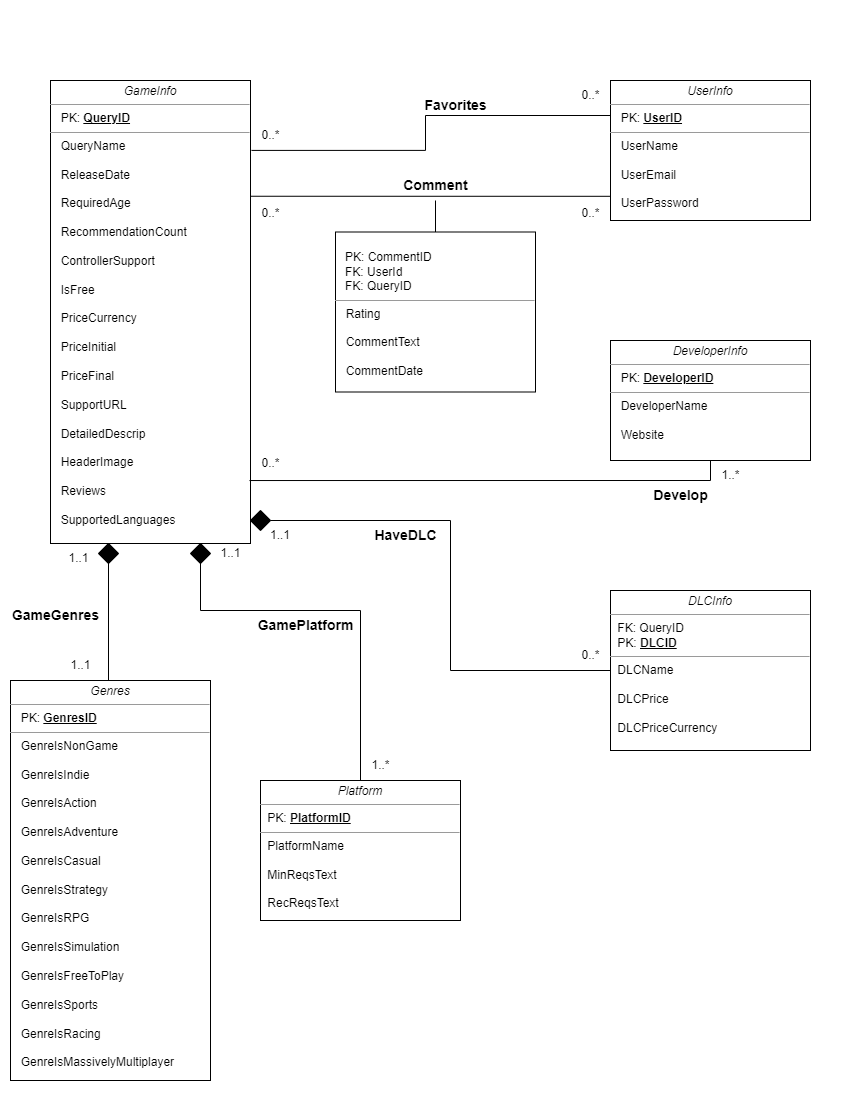
Earlier version of the draw.io export doc/images/UML.png (cs411-alawini/fa23-cs411-team090-Makabaka). Source tidied: cells renumbered, new cells last; positions are measured from the earlier drawing's top-left corner, leaving out a move shared by most shapes.
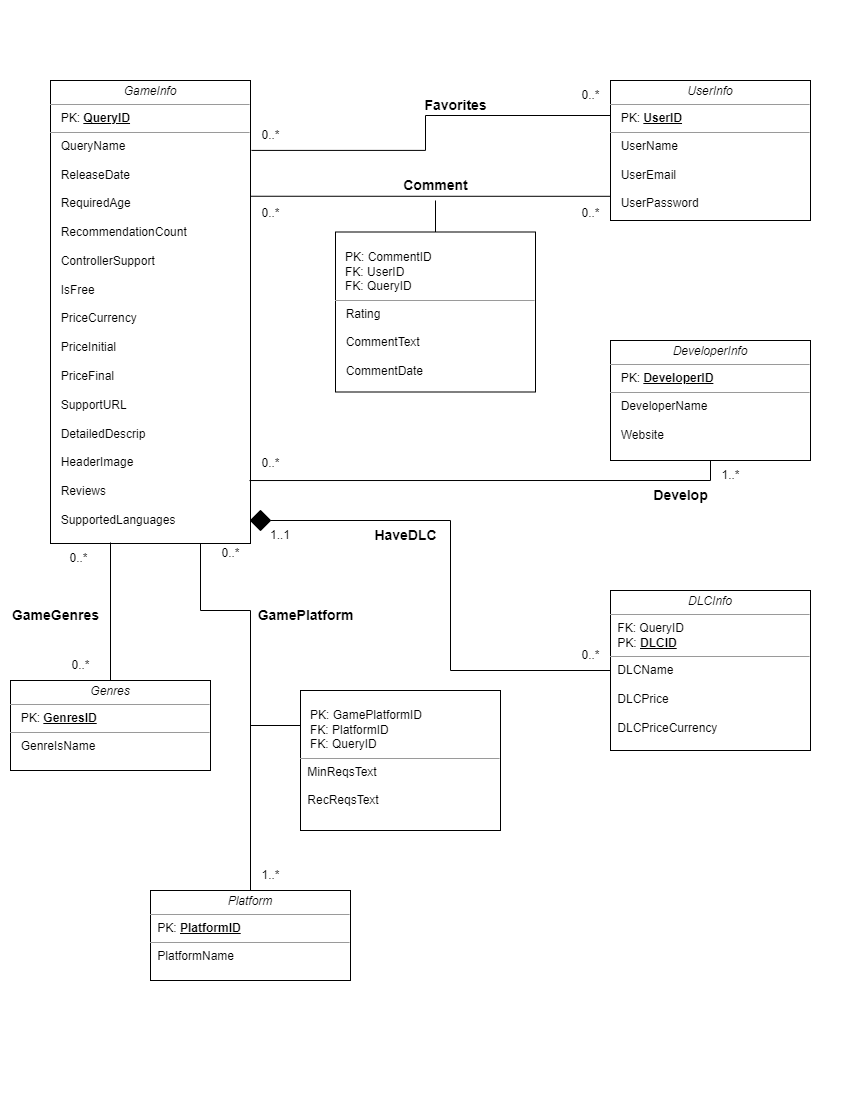
Later version of the same file.

Commit message:
add sql command and fix price from INT yo FLOAT, change way to store Genres

The edit, as a diff of the source:
```diff
@@ -5,22 +5,22 @@
     <mxCell id="2" style="rounded=0;whiteSpace=wrap;html=1;strokeColor=none;fillColor=#FFFFFF;" parent="1" vertex="1">
       <mxGeometry width="850" height="1100" as="geometry" />
     </mxCell>
-    <mxCell id="3" style="edgeStyle=orthogonalEdgeStyle;rounded=0;html=1;labelBackgroundColor=none;startFill=0;endArrow=none;endFill=0;endSize=10;fontFamily=Verdana;fontSize=10;entryX=0.5;entryY=0;entryDx=0;entryDy=0;exitX=0.75;exitY=1;exitDx=0;exitDy=0;strokeColor=#000000;" parent="1" edge="1" source="26" target="4">
+    <mxCell id="3" style="edgeStyle=orthogonalEdgeStyle;rounded=0;html=1;labelBackgroundColor=none;startFill=0;endArrow=none;endFill=0;endSize=10;fontFamily=Verdana;fontSize=10;entryX=0.5;entryY=0;entryDx=0;entryDy=0;exitX=0.75;exitY=1;exitDx=0;exitDy=0;strokeColor=#000000;" parent="1" edge="1" source="9" target="4">
       <mxGeometry relative="1" as="geometry">
         <Array as="points">
           <mxPoint x="200" y="610" />
-          <mxPoint x="360" y="610" />
+          <mxPoint x="250" y="610" />
         </Array>
       </mxGeometry>
     </mxCell>
-    <mxCell id="4" value="&lt;p style=&quot;text-align: center; margin: 4px 0px 0px;&quot;&gt;&lt;i style=&quot;&quot;&gt;Platform&lt;/i&gt;&lt;br&gt;&lt;/p&gt;&lt;hr style=&quot;&quot; size=&quot;1&quot;&gt;&lt;p style=&quot;margin: 0px 0px 0px 4px;&quot;&gt;&amp;nbsp;PK: &lt;b&gt;&lt;u&gt;PlatformID&lt;/u&gt;&lt;/b&gt;&lt;br&gt;&lt;/p&gt;&lt;hr style=&quot;&quot; size=&quot;1&quot;&gt;&lt;p style=&quot;margin: 0px 0px 0px 4px;&quot;&gt;&amp;nbsp;PlatformName&lt;br&gt;&lt;/p&gt;&lt;p style=&quot;margin: 0px 0px 0px 4px;&quot;&gt;&lt;br&gt;&lt;/p&gt;&lt;p style=&quot;margin: 0px 0px 0px 4px;&quot;&gt;&amp;nbsp;MinReqsText&lt;br&gt;&lt;/p&gt;&lt;p style=&quot;margin: 0px 0px 0px 4px;&quot;&gt;&lt;br&gt;&lt;/p&gt;&lt;p style=&quot;margin: 0px 0px 0px 4px;&quot;&gt;&amp;nbsp;RecReqsText&lt;br&gt;&lt;/p&gt;" style="verticalAlign=top;align=left;overflow=fill;fontSize=12;fontFamily=Helvetica;html=1;rounded=0;shadow=0;comic=0;labelBackgroundColor=none;strokeWidth=1;fillColor=default;strokeColor=#000000;" parent="1" vertex="1">
-      <mxGeometry x="260" y="780" width="200" height="140" as="geometry" />
+    <mxCell id="4" value="&lt;p style=&quot;text-align: center; margin: 4px 0px 0px;&quot;&gt;&lt;i style=&quot;&quot;&gt;Platform&lt;/i&gt;&lt;br&gt;&lt;/p&gt;&lt;hr style=&quot;&quot; size=&quot;1&quot;&gt;&lt;p style=&quot;margin: 0px 0px 0px 4px;&quot;&gt;&amp;nbsp;PK: &lt;b&gt;&lt;u&gt;PlatformID&lt;/u&gt;&lt;/b&gt;&lt;br&gt;&lt;/p&gt;&lt;hr style=&quot;&quot; size=&quot;1&quot;&gt;&lt;p style=&quot;margin: 0px 0px 0px 4px;&quot;&gt;&amp;nbsp;PlatformName&lt;/p&gt;" style="verticalAlign=top;align=left;overflow=fill;fontSize=12;fontFamily=Helvetica;html=1;rounded=0;shadow=0;comic=0;labelBackgroundColor=none;strokeWidth=1;fillColor=default;strokeColor=#000000;" parent="1" vertex="1">
+      <mxGeometry x="150" y="890" width="200" height="90" as="geometry" />
     </mxCell>
     <mxCell id="5" value="&lt;p style=&quot;margin:0px;margin-top:4px;text-align:center;&quot;&gt;&lt;i style=&quot;&quot;&gt;UserInfo&lt;/i&gt;&lt;br&gt;&lt;/p&gt;&lt;hr size=&quot;1&quot;&gt;&lt;p style=&quot;margin:0px;margin-left:4px;&quot;&gt;&amp;nbsp; PK: &lt;b&gt;&lt;u&gt;UserID&lt;/u&gt;&lt;/b&gt;&lt;br&gt;&lt;/p&gt;&lt;hr size=&quot;1&quot;&gt;&lt;p style=&quot;margin:0px;margin-left:4px;&quot;&gt;&amp;nbsp; UserName&lt;br&gt;&lt;/p&gt;&lt;p style=&quot;margin:0px;margin-left:4px;&quot;&gt;&lt;br&gt;&lt;/p&gt;&lt;p style=&quot;margin:0px;margin-left:4px;&quot;&gt;&amp;nbsp; UserEmail&lt;br&gt;&lt;/p&gt;&lt;p style=&quot;margin:0px;margin-left:4px;&quot;&gt;&lt;br&gt;&lt;/p&gt;&lt;p style=&quot;margin:0px;margin-left:4px;&quot;&gt;&amp;nbsp; UserPassword&lt;br&gt;&lt;/p&gt;" style="verticalAlign=top;align=left;overflow=fill;fontSize=12;fontFamily=Helvetica;html=1;rounded=0;shadow=0;comic=0;labelBackgroundColor=none;strokeWidth=1;fillColor=#FFFFFF;strokeColor=#000000;" parent="1" vertex="1">
       <mxGeometry x="610" y="80" width="200" height="140" as="geometry" />
     </mxCell>
-    <mxCell id="6" value="&lt;p style=&quot;margin:0px;margin-top:4px;text-align:center;&quot;&gt;&lt;i style=&quot;&quot;&gt;Genres&lt;/i&gt;&lt;br&gt;&lt;/p&gt;&lt;hr size=&quot;1&quot;&gt;&lt;p style=&quot;margin:0px;margin-left:4px;&quot;&gt;&amp;nbsp; PK: &lt;b&gt;&lt;u&gt;GenresID&lt;/u&gt;&lt;/b&gt;&lt;br&gt;&lt;/p&gt;&lt;hr size=&quot;1&quot;&gt;&lt;p style=&quot;margin:0px;margin-left:4px;&quot;&gt;&lt;span style=&quot;background-color: initial;&quot;&gt;&amp;nbsp; GenreIsNonGame&lt;/span&gt;&lt;br&gt;&lt;/p&gt;&lt;p style=&quot;margin:0px;margin-left:4px;&quot;&gt;&lt;br&gt;&lt;/p&gt;&lt;p style=&quot;margin:0px;margin-left:4px;&quot;&gt;&amp;nbsp; GenreIsIndie&lt;br&gt;&lt;/p&gt;&lt;p style=&quot;margin:0px;margin-left:4px;&quot;&gt;&lt;br&gt;&lt;/p&gt;&lt;p style=&quot;margin:0px;margin-left:4px;&quot;&gt;&amp;nbsp; GenreIsAction&lt;br&gt;&lt;/p&gt;&lt;p style=&quot;margin:0px;margin-left:4px;&quot;&gt;&lt;br&gt;&lt;/p&gt;&lt;p style=&quot;margin:0px;margin-left:4px;&quot;&gt;&amp;nbsp; GenreIsAdventure&lt;br&gt;&lt;/p&gt;&lt;p style=&quot;margin:0px;margin-left:4px;&quot;&gt;&lt;br&gt;&lt;/p&gt;&lt;p style=&quot;margin:0px;margin-left:4px;&quot;&gt;&amp;nbsp; GenreIsCasual&lt;br&gt;&lt;/p&gt;&lt;p style=&quot;margin:0px;margin-left:4px;&quot;&gt;&lt;br&gt;&lt;/p&gt;&lt;p style=&quot;margin:0px;margin-left:4px;&quot;&gt;&amp;nbsp; GenreIsStrategy&lt;br&gt;&lt;/p&gt;&lt;p style=&quot;margin:0px;margin-left:4px;&quot;&gt;&lt;br&gt;&lt;/p&gt;&lt;p style=&quot;margin:0px;margin-left:4px;&quot;&gt;&amp;nbsp; GenreIsRPG&lt;br&gt;&lt;/p&gt;&lt;p style=&quot;margin:0px;margin-left:4px;&quot;&gt;&lt;br&gt;&lt;/p&gt;&lt;p style=&quot;margin:0px;margin-left:4px;&quot;&gt;&amp;nbsp; GenreIsSimulation&lt;br&gt;&lt;/p&gt;&lt;p style=&quot;margin:0px;margin-left:4px;&quot;&gt;&lt;br&gt;&lt;/p&gt;&lt;p style=&quot;margin:0px;margin-left:4px;&quot;&gt;&amp;nbsp; GenreIsFreeToPlay&lt;br&gt;&lt;/p&gt;&lt;p style=&quot;margin:0px;margin-left:4px;&quot;&gt;&lt;br&gt;&lt;/p&gt;&lt;p style=&quot;margin:0px;margin-left:4px;&quot;&gt;&amp;nbsp; GenreIsSports&lt;br&gt;&lt;/p&gt;&lt;p style=&quot;margin:0px;margin-left:4px;&quot;&gt;&lt;br&gt;&lt;/p&gt;&lt;p style=&quot;margin:0px;margin-left:4px;&quot;&gt;&amp;nbsp; GenreIsRacing&lt;br&gt;&lt;/p&gt;&lt;p style=&quot;margin:0px;margin-left:4px;&quot;&gt;&lt;br&gt;&lt;/p&gt;&lt;p style=&quot;margin:0px;margin-left:4px;&quot;&gt;&amp;nbsp; GenreIsMassivelyMultiplayer&lt;br&gt;&lt;/p&gt;" style="verticalAlign=top;align=left;overflow=fill;fontSize=12;fontFamily=Helvetica;html=1;rounded=0;shadow=0;comic=0;labelBackgroundColor=none;strokeWidth=1;fillColor=default;strokeColor=#000000;" parent="1" vertex="1">
-      <mxGeometry x="10" y="680" width="200" height="400" as="geometry" />
+    <mxCell id="6" value="&lt;p style=&quot;margin:0px;margin-top:4px;text-align:center;&quot;&gt;&lt;i style=&quot;&quot;&gt;Genres&lt;/i&gt;&lt;br&gt;&lt;/p&gt;&lt;hr size=&quot;1&quot;&gt;&lt;p style=&quot;margin:0px;margin-left:4px;&quot;&gt;&amp;nbsp; PK: &lt;b&gt;&lt;u&gt;GenresID&lt;/u&gt;&lt;/b&gt;&lt;br&gt;&lt;/p&gt;&lt;hr size=&quot;1&quot;&gt;&lt;p style=&quot;margin:0px;margin-left:4px;&quot;&gt;&lt;span style=&quot;background-color: initial;&quot;&gt;&amp;nbsp; GenreIsName&lt;/span&gt;&lt;/p&gt;" style="verticalAlign=top;align=left;overflow=fill;fontSize=12;fontFamily=Helvetica;html=1;rounded=0;shadow=0;comic=0;labelBackgroundColor=none;strokeWidth=1;fillColor=default;strokeColor=#000000;" parent="1" vertex="1">
+      <mxGeometry x="10" y="680" width="200" height="90" as="geometry" />
     </mxCell>
     <mxCell id="7" value="&lt;p style=&quot;margin:0px;margin-top:4px;text-align:center;&quot;&gt;&lt;i style=&quot;&quot;&gt;DeveloperInfo&lt;/i&gt;&lt;br&gt;&lt;/p&gt;&lt;hr size=&quot;1&quot;&gt;&lt;p style=&quot;margin:0px;margin-left:4px;&quot;&gt;&amp;nbsp; PK: &lt;b&gt;&lt;u&gt;DeveloperID&lt;/u&gt;&lt;/b&gt;&lt;br&gt;&lt;/p&gt;&lt;hr size=&quot;1&quot;&gt;&lt;p style=&quot;margin:0px;margin-left:4px;&quot;&gt;&amp;nbsp; DeveloperName&lt;br&gt;&lt;/p&gt;&lt;p style=&quot;margin:0px;margin-left:4px;&quot;&gt;&lt;br&gt;&lt;/p&gt;&lt;p style=&quot;margin:0px;margin-left:4px;&quot;&gt;&amp;nbsp; Website&lt;br&gt;&lt;/p&gt;" style="verticalAlign=top;align=left;overflow=fill;fontSize=12;fontFamily=Helvetica;html=1;rounded=0;shadow=0;comic=0;labelBackgroundColor=none;strokeWidth=1;fillColor=#FFFFFF;strokeColor=#000000;" parent="1" vertex="1">
       <mxGeometry x="610" y="340" width="200" height="120" as="geometry" />
@@ -43,13 +43,6 @@
         </Array>
       </mxGeometry>
     </mxCell>
-    <mxCell id="11" style="edgeStyle=orthogonalEdgeStyle;rounded=0;html=1;labelBackgroundColor=none;startFill=0;endArrow=none;endFill=0;endSize=10;fontFamily=Verdana;fontSize=10;exitX=0.25;exitY=1;exitDx=0;exitDy=0;entryX=0.5;entryY=0;entryDx=0;entryDy=0;strokeColor=#000000;" parent="1" edge="1" source="21" target="6">
-      <mxGeometry relative="1" as="geometry">
-        <Array as="points">
-          <mxPoint x="108" y="680" />
-        </Array>
-      </mxGeometry>
-    </mxCell>
     <mxCell id="12" value="&lt;b&gt;&lt;font style=&quot;font-size: 14px;&quot;&gt;Favorites&lt;/font&gt;&lt;/b&gt;" style="text;html=1;align=center;verticalAlign=middle;strokeColor=none;fillColor=none;" parent="1" vertex="1">
       <mxGeometry x="410" y="90" width="90" height="30" as="geometry" />
     </mxCell>
@@ -66,40 +59,38 @@
         </Array>
       </mxGeometry>
     </mxCell>
-    <mxCell id="16" value="&lt;p style=&quot;margin:0px;margin-top:4px;text-align:center;&quot;&gt;&lt;br&gt;&lt;/p&gt;&amp;nbsp; &amp;nbsp;PK: CommentID&lt;br&gt;&amp;nbsp; &amp;nbsp;FK: UserId&lt;br&gt;&amp;nbsp; &amp;nbsp;FK: QueryID&lt;br&gt;&lt;hr size=&quot;1&quot;&gt;&lt;p style=&quot;margin:0px;margin-left:4px;&quot;&gt;&amp;nbsp; Rating&lt;br&gt;&lt;/p&gt;&lt;p style=&quot;margin:0px;margin-left:4px;&quot;&gt;&lt;br&gt;&lt;/p&gt;&lt;p style=&quot;margin:0px;margin-left:4px;&quot;&gt;&amp;nbsp; CommentText&lt;br&gt;&lt;/p&gt;&lt;p style=&quot;margin:0px;margin-left:4px;&quot;&gt;&lt;br&gt;&lt;/p&gt;&lt;p style=&quot;margin:0px;margin-left:4px;&quot;&gt;&amp;nbsp; CommentDate&lt;br&gt;&lt;/p&gt;" style="verticalAlign=top;align=left;overflow=fill;fontSize=12;fontFamily=Helvetica;html=1;rounded=0;shadow=0;comic=0;labelBackgroundColor=none;strokeWidth=1;strokeColor=#000000;fillColor=#FFFFFF;" parent="1" vertex="1">
+    <mxCell id="16" value="&lt;p style=&quot;margin:0px;margin-top:4px;text-align:center;&quot;&gt;&lt;br&gt;&lt;/p&gt;&amp;nbsp; &amp;nbsp;PK: CommentID&lt;br&gt;&amp;nbsp; &amp;nbsp;FK: UserID&lt;br&gt;&amp;nbsp; &amp;nbsp;FK: QueryID&lt;br&gt;&lt;hr size=&quot;1&quot;&gt;&lt;p style=&quot;margin:0px;margin-left:4px;&quot;&gt;&amp;nbsp; Rating&lt;br&gt;&lt;/p&gt;&lt;p style=&quot;margin:0px;margin-left:4px;&quot;&gt;&lt;br&gt;&lt;/p&gt;&lt;p style=&quot;margin:0px;margin-left:4px;&quot;&gt;&amp;nbsp; CommentText&lt;br&gt;&lt;/p&gt;&lt;p style=&quot;margin:0px;margin-left:4px;&quot;&gt;&lt;br&gt;&lt;/p&gt;&lt;p style=&quot;margin:0px;margin-left:4px;&quot;&gt;&amp;nbsp; CommentDate&lt;br&gt;&lt;/p&gt;" style="verticalAlign=top;align=left;overflow=fill;fontSize=12;fontFamily=Helvetica;html=1;rounded=0;shadow=0;comic=0;labelBackgroundColor=none;strokeWidth=1;strokeColor=#000000;fillColor=#FFFFFF;" parent="1" vertex="1">
       <mxGeometry x="335" y="231.5" width="200" height="160" as="geometry" />
     </mxCell>
     <mxCell id="17" style="endArrow=none;html=1;rounded=0;exitX=0.5;exitY=0;exitDx=0;exitDy=0;strokeColor=#000000;" parent="1" edge="1" source="16" target="14">
       <mxGeometry relative="1" as="geometry" />
     </mxCell>
     <mxCell id="18" value="&lt;h4 style=&quot;box-sizing: border-box; --tw-border-spacing-x: 0; --tw-border-spacing-y: 0; --tw-translate-x: 0; --tw-translate-y: 0; --tw-rotate: 0; --tw-skew-x: 0; --tw-skew-y: 0; --tw-scale-x: 1; --tw-scale-y: 1; --tw-pan-x: ; --tw-pan-y: ; --tw-pinch-zoom: ; --tw-scroll-snap-strictness: proximity; --tw-ordinal: ; --tw-slashed-zero: ; --tw-numeric-figure: ; --tw-numeric-spacing: ; --tw-numeric-fraction: ; --tw-ring-inset: ; --tw-ring-offset-width: 0px; --tw-ring-offset-color: #fff; --tw-ring-color: rgb(59 130 246 / 0.5); --tw-ring-offset-shadow: 0 0 #0000; --tw-ring-shadow: 0 0 #0000; --tw-shadow: 0 0 #0000; --tw-shadow-colored: 0 0 #0000; --tw-blur: ; --tw-brightness: ; --tw-contrast: ; --tw-grayscale: ; --tw-hue-rotate: ; --tw-invert: ; --tw-saturate: ; --tw-sepia: ; --tw-drop-shadow: ; --tw-backdrop-blur: ; --tw-backdrop-brightness: ; --tw-backdrop-contrast: ; --tw-backdrop-grayscale: ; --tw-backdrop-hue-rotate: ; --tw-backdrop-invert: ; --tw-backdrop-opacity: ; --tw-backdrop-saturate: ; --tw-backdrop-sepia: ; break-after: avoid-page; break-inside: avoid; orphans: 4; font-size: 14px; margin-top: 1rem; margin-bottom: 1rem; position: relative; line-height: 1.4; cursor: text; font-family: &amp;quot;Open Sans&amp;quot;, &amp;quot;Clear Sans&amp;quot;, &amp;quot;Helvetica Neue&amp;quot;, Helvetica, Arial, &amp;quot;Segoe UI Emoji&amp;quot;, sans-serif; text-align: start;&quot; class=&quot;md-end-block md-heading md-focus&quot;&gt;GamePlatform&lt;/h4&gt;" style="text;html=1;align=center;verticalAlign=middle;strokeColor=none;fillColor=none;" parent="1" vertex="1">
-      <mxGeometry x="240" y="590" width="130" height="70" as="geometry" />
+      <mxGeometry x="240" y="580" width="130" height="70" as="geometry" />
     </mxCell>
     <mxCell id="19" value="&lt;b&gt;&lt;font style=&quot;font-size: 14px;&quot;&gt;GameGenres&lt;/font&gt;&lt;/b&gt;" style="text;html=1;align=center;verticalAlign=middle;strokeColor=none;fillColor=none;" parent="1" vertex="1">
       <mxGeometry y="600" width="110" height="30" as="geometry" />
     </mxCell>
-    <mxCell id="20" style="edgeStyle=orthogonalEdgeStyle;rounded=0;html=1;labelBackgroundColor=none;startFill=0;endArrow=none;endFill=0;endSize=10;fontFamily=Verdana;fontSize=10;exitX=0.25;exitY=1;exitDx=0;exitDy=0;entryX=0.5;entryY=0;entryDx=0;entryDy=0;" parent="1" edge="1" source="9" target="21">
-      <mxGeometry relative="1" as="geometry" />
+    <mxCell id="20" style="edgeStyle=orthogonalEdgeStyle;rounded=0;html=1;labelBackgroundColor=none;startFill=0;endArrow=none;endFill=0;endSize=10;fontFamily=Verdana;fontSize=10;exitX=0.25;exitY=1;exitDx=0;exitDy=0;entryX=0.5;entryY=0;entryDx=0;entryDy=0;" parent="1" edge="1" source="9">
+      <mxGeometry relative="1" as="geometry">
+        <mxPoint x="108" y="543" as="targetPoint" />
+      </mxGeometry>
     </mxCell>
-    <mxCell id="21" style="rhombus;whiteSpace=wrap;html=1;gradientColor=none;strokeColor=#000000;fillColor=#000000;" parent="1" vertex="1">
-      <mxGeometry x="98" y="543" width="20" height="20" as="geometry" />
-    </mxCell>
-    <mxCell id="22" value="1..1" style="text;html=1;align=center;verticalAlign=middle;strokeColor=none;fillColor=none;" parent="1" vertex="1">
+    <mxCell id="22" value="0..*" style="text;html=1;align=center;verticalAlign=middle;strokeColor=none;fillColor=none;" parent="1" vertex="1">
       <mxGeometry x="58" y="543" width="40" height="30" as="geometry" />
     </mxCell>
-    <mxCell id="23" value="1..1" style="text;html=1;align=center;verticalAlign=middle;strokeColor=none;fillColor=none;" parent="1" vertex="1">
+    <mxCell id="23" value="0..*" style="text;html=1;align=center;verticalAlign=middle;strokeColor=none;fillColor=none;" parent="1" vertex="1">
       <mxGeometry x="60" y="650" width="40" height="30" as="geometry" />
     </mxCell>
     <mxCell id="24" value="1..*" style="text;html=1;align=center;verticalAlign=middle;strokeColor=none;fillColor=none;" parent="1" vertex="1">
-      <mxGeometry x="360" y="750" width="40" height="30" as="geometry" />
+      <mxGeometry x="250" y="860" width="40" height="30" as="geometry" />
     </mxCell>
-    <mxCell id="25" style="edgeStyle=orthogonalEdgeStyle;rounded=0;html=1;labelBackgroundColor=none;startFill=0;endArrow=none;endFill=0;endSize=10;fontFamily=Verdana;fontSize=10;entryX=0.5;entryY=0;entryDx=0;entryDy=0;exitX=0.75;exitY=1;exitDx=0;exitDy=0;" parent="1" edge="1" source="9" target="26">
-      <mxGeometry relative="1" as="geometry" />
+    <mxCell id="25" style="edgeStyle=orthogonalEdgeStyle;rounded=0;html=1;labelBackgroundColor=none;startFill=0;endArrow=none;endFill=0;endSize=10;fontFamily=Verdana;fontSize=10;entryX=0.5;entryY=0;entryDx=0;entryDy=0;exitX=0.75;exitY=1;exitDx=0;exitDy=0;" parent="1" edge="1" source="9">
+      <mxGeometry relative="1" as="geometry">
+        <mxPoint x="200" y="543" as="targetPoint" />
+      </mxGeometry>
     </mxCell>
-    <mxCell id="26" style="rhombus;whiteSpace=wrap;html=1;strokeColor=#000000;gradientColor=none;fillColor=#000000;" parent="1" vertex="1">
-      <mxGeometry x="190" y="543" width="20" height="20" as="geometry" />
-    </mxCell>
-    <mxCell id="27" value="1..1" style="text;html=1;align=center;verticalAlign=middle;strokeColor=none;fillColor=none;" parent="1" vertex="1">
+    <mxCell id="27" value="0..*" style="text;html=1;align=center;verticalAlign=middle;strokeColor=none;fillColor=none;" parent="1" vertex="1">
       <mxGeometry x="210" y="538" width="40" height="30" as="geometry" />
     </mxCell>
     <mxCell id="28" value="1..*" style="text;html=1;align=center;verticalAlign=middle;strokeColor=none;fillColor=none;" parent="1" vertex="1">
@@ -144,5 +135,18 @@
     <mxCell id="39" value="&lt;h4 style=&quot;box-sizing: border-box; --tw-border-spacing-x: 0; --tw-border-spacing-y: 0; --tw-translate-x: 0; --tw-translate-y: 0; --tw-rotate: 0; --tw-skew-x: 0; --tw-skew-y: 0; --tw-scale-x: 1; --tw-scale-y: 1; --tw-pan-x: ; --tw-pan-y: ; --tw-pinch-zoom: ; --tw-scroll-snap-strictness: proximity; --tw-ordinal: ; --tw-slashed-zero: ; --tw-numeric-figure: ; --tw-numeric-spacing: ; --tw-numeric-fraction: ; --tw-ring-inset: ; --tw-ring-offset-width: 0px; --tw-ring-offset-color: #fff; --tw-ring-color: rgb(59 130 246 / 0.5); --tw-ring-offset-shadow: 0 0 #0000; --tw-ring-shadow: 0 0 #0000; --tw-shadow: 0 0 #0000; --tw-shadow-colored: 0 0 #0000; --tw-blur: ; --tw-brightness: ; --tw-contrast: ; --tw-grayscale: ; --tw-hue-rotate: ; --tw-invert: ; --tw-saturate: ; --tw-sepia: ; --tw-drop-shadow: ; --tw-backdrop-blur: ; --tw-backdrop-brightness: ; --tw-backdrop-contrast: ; --tw-backdrop-grayscale: ; --tw-backdrop-hue-rotate: ; --tw-backdrop-invert: ; --tw-backdrop-opacity: ; --tw-backdrop-saturate: ; --tw-backdrop-sepia: ; break-after: avoid-page; break-inside: avoid; orphans: 4; font-size: 14px; margin-top: 1rem; margin-bottom: 1rem; position: relative; line-height: 1.4; cursor: text; font-family: &amp;quot;Open Sans&amp;quot;, &amp;quot;Clear Sans&amp;quot;, &amp;quot;Helvetica Neue&amp;quot;, Helvetica, Arial, &amp;quot;Segoe UI Emoji&amp;quot;, sans-serif; text-align: start;&quot; class=&quot;md-end-block md-heading md-focus&quot;&gt;HaveDLC&lt;/h4&gt;" style="text;html=1;align=center;verticalAlign=middle;strokeColor=none;fillColor=none;" parent="1" vertex="1">
       <mxGeometry x="360" y="500" width="90" height="70" as="geometry" />
     </mxCell>
+    <mxCell id="40" value="&lt;p style=&quot;margin:0px;margin-top:4px;text-align:center;&quot;&gt;&lt;br&gt;&lt;/p&gt;&amp;nbsp; &amp;nbsp;PK: GamePlatformID&lt;br&gt;&amp;nbsp; &amp;nbsp;FK: PlatformID&lt;br&gt;&amp;nbsp; &amp;nbsp;FK: QueryID&lt;br&gt;&lt;hr size=&quot;1&quot;&gt;&lt;p style=&quot;border-color: var(--border-color); margin: 0px 0px 0px 4px;&quot;&gt;&amp;nbsp;MinReqsText&lt;br style=&quot;border-color: var(--border-color);&quot;&gt;&lt;/p&gt;&lt;p style=&quot;border-color: var(--border-color); margin: 0px 0px 0px 4px;&quot;&gt;&lt;br style=&quot;border-color: var(--border-color);&quot;&gt;&lt;/p&gt;&lt;p style=&quot;border-color: var(--border-color); margin: 0px 0px 0px 4px;&quot;&gt;&amp;nbsp;RecReqsText&lt;/p&gt;" style="verticalAlign=top;align=left;overflow=fill;fontSize=12;fontFamily=Helvetica;html=1;rounded=0;shadow=0;comic=0;labelBackgroundColor=none;strokeWidth=1;strokeColor=#000000;fillColor=#FFFFFF;" parent="1" vertex="1">
+      <mxGeometry x="300" y="690" width="200" height="140" as="geometry" />
+    </mxCell>
+    <mxCell id="41" style="endArrow=none;html=1;rounded=0;strokeColor=#000000;exitX=0;exitY=0.25;exitDx=0;exitDy=0;" parent="1" edge="1" source="40">
+      <mxGeometry relative="1" as="geometry">
+        <mxPoint x="250" y="725" as="targetPoint" />
+      </mxGeometry>
+    </mxCell>
+    <mxCell id="42" style="endArrow=none;html=1;rounded=0;exitX=0.5;exitY=0;exitDx=0;exitDy=0;" parent="1" edge="1" source="6">
+      <mxGeometry relative="1" as="geometry">
+        <mxPoint x="110" y="542" as="targetPoint" />
+      </mxGeometry>
+    </mxCell>
   </root>
 </mxGraphModel>
```
